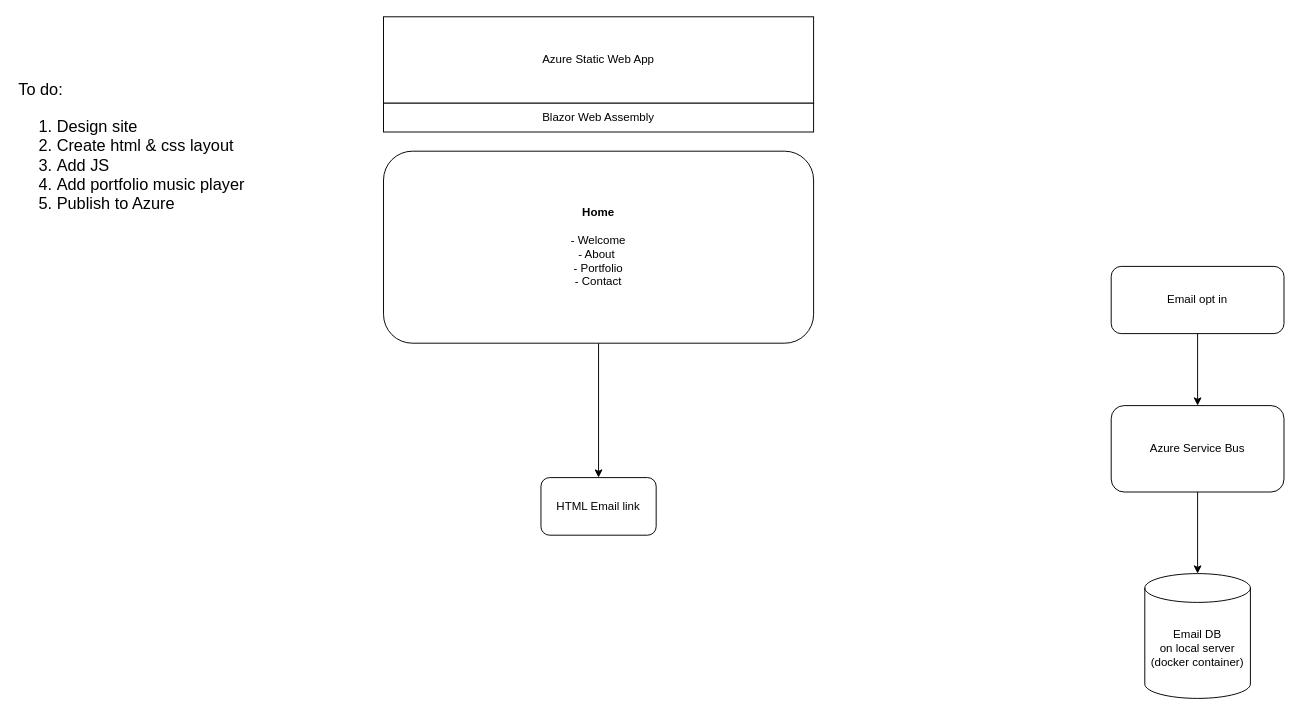
This is Stark Recordings Planning.drawio from levistark/starkrecordings, a draw.io file, before an edit. Source tidied: cells renumbered, new cells numbered last; positions are measured from the earlier drawing's top-left corner, leaving out a move shared by most shapes. Both pictures are drawn from the tidied source at 96%, with x=0, y=0 at pixel (16, 16).
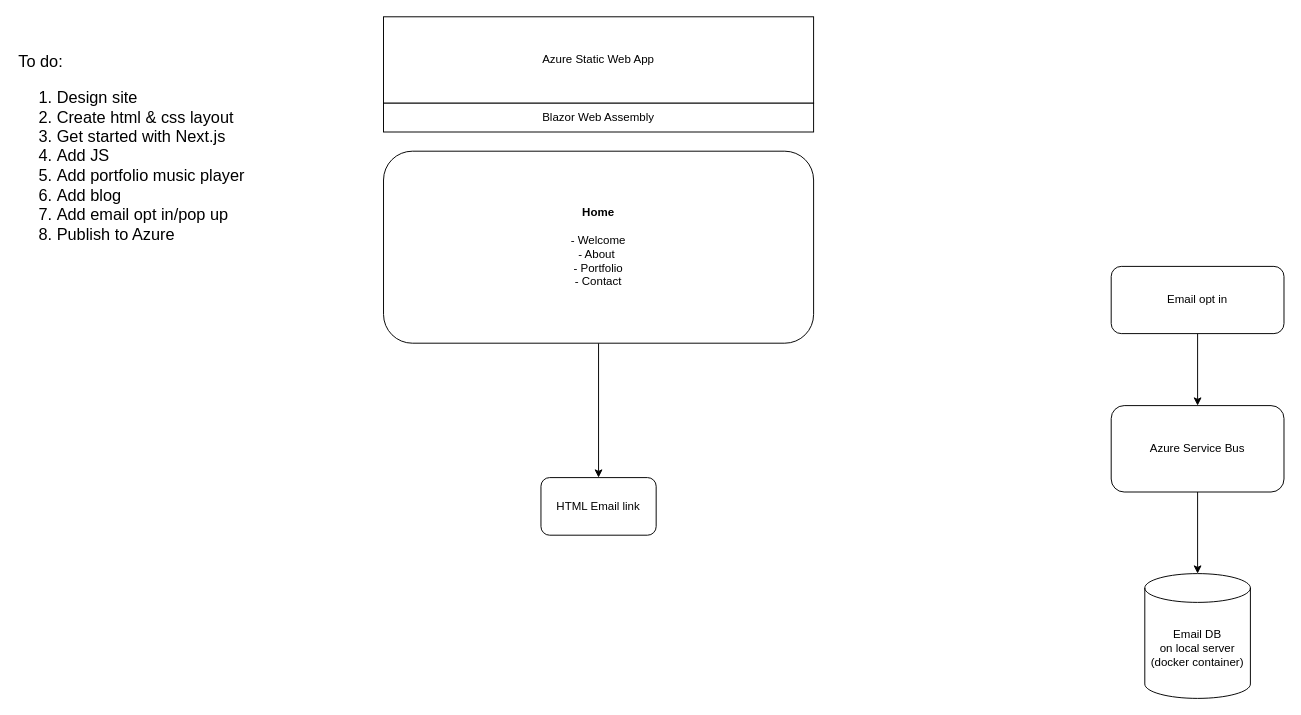
After the change.

What changed in the source:
```diff
@@
 <mxGraphModel>
   <root>
     <mxCell id="0" />
     <mxCell id="1" parent="0" />
     <mxCell id="2" value="Email DB&lt;br&gt;on local server (docker container)" style="shape=cylinder3;whiteSpace=wrap;html=1;boundedLbl=1;backgroundOutline=1;size=15;" parent="1" vertex="1">
       <mxGeometry x="1175" y="580" width="110" height="130" as="geometry" />
     </mxCell>
     <mxCell id="3" value="Azure Static Web App" style="rounded=0;whiteSpace=wrap;html=1;" parent="1" vertex="1">
       <mxGeometry x="382" width="448" height="90" as="geometry" />
     </mxCell>
     <mxCell id="4" style="edgeStyle=orthogonalEdgeStyle;rounded=0;jettySize=auto;html=1;" parent="1" edge="1" source="5" target="2">
       <mxGeometry relative="1" as="geometry" />
     </mxCell>
     <mxCell id="5" value="Azure Service Bus" style="rounded=1;whiteSpace=wrap;html=1;" parent="1" vertex="1">
       <mxGeometry x="1140" y="405" width="180" height="90" as="geometry" />
     </mxCell>
     <mxCell id="6" style="edgeStyle=orthogonalEdgeStyle;rounded=0;jettySize=auto;html=1;exitX=0.5;exitY=1;exitDx=0;exitDy=0;" parent="1" edge="1" source="10" target="5">
       <mxGeometry relative="1" as="geometry" />
     </mxCell>
     <mxCell id="7" value="Blazor Web Assembly" style="rounded=0;whiteSpace=wrap;html=1;" parent="1" vertex="1">
       <mxGeometry x="382" y="90" width="448" height="30" as="geometry" />
     </mxCell>
     <mxCell id="8" style="edgeStyle=orthogonalEdgeStyle;rounded=0;jettySize=auto;html=1;" parent="1" edge="1" source="9" target="11">
       <mxGeometry relative="1" as="geometry" />
     </mxCell>
     <mxCell id="9" value="&lt;b&gt;Home&lt;br&gt;&lt;/b&gt;&lt;span style=&quot;background-color: initial;&quot;&gt;&lt;br&gt;- Welcome&lt;br&gt;&lt;/span&gt;- About&lt;span style=&quot;background-color: initial;&quot;&gt;&amp;nbsp;&lt;br&gt;- Portfolio&lt;br&gt;&lt;/span&gt;- Contact" style="rounded=1;whiteSpace=wrap;html=1;align=center;" parent="1" vertex="1">
       <mxGeometry x="382" y="140" width="448" height="200" as="geometry" />
     </mxCell>
     <mxCell id="10" value="Email opt in" style="rounded=1;whiteSpace=wrap;html=1;" parent="1" vertex="1">
       <mxGeometry x="1140" y="260" width="180" height="70" as="geometry" />
     </mxCell>
     <mxCell id="11" value="HTML Email link" style="whiteSpace=wrap;html=1;rounded=1;" parent="1" vertex="1">
       <mxGeometry x="546" y="480" width="120" height="60" as="geometry" />
     </mxCell>
-    <mxCell id="12" value="&lt;font style=&quot;font-size: 17px;&quot;&gt;To do:&lt;br&gt;&lt;/font&gt;&lt;ol style=&quot;font-size: 17px;&quot;&gt;&lt;li style=&quot;&quot;&gt;&lt;font style=&quot;font-size: 17px;&quot;&gt;Design site&lt;/font&gt;&lt;/li&gt;&lt;li style=&quot;&quot;&gt;&lt;font style=&quot;font-size: 17px;&quot;&gt;Create html &amp;amp; css layout&lt;/font&gt;&lt;/li&gt;&lt;li style=&quot;&quot;&gt;&lt;font style=&quot;font-size: 17px;&quot;&gt;Add JS&lt;/font&gt;&lt;/li&gt;&lt;li style=&quot;&quot;&gt;&lt;font style=&quot;font-size: 17px;&quot;&gt;Add portfolio music player&lt;/font&gt;&lt;/li&gt;&lt;li style=&quot;&quot;&gt;&lt;font style=&quot;font-size: 17px;&quot;&gt;Publish to Azure&lt;/font&gt;&lt;/li&gt;&lt;/ol&gt;" style="text;html=1;align=left;verticalAlign=middle;strokeColor=none;fillColor=none;" parent="1" vertex="1">
-      <mxGeometry y="60" width="260" height="170" as="geometry" />
+    <mxCell id="12" value="&lt;font style=&quot;font-size: 17px;&quot;&gt;To do:&lt;br&gt;&lt;/font&gt;&lt;ol style=&quot;font-size: 17px;&quot;&gt;&lt;li style=&quot;&quot;&gt;&lt;font style=&quot;font-size: 17px;&quot;&gt;Design site&lt;/font&gt;&lt;/li&gt;&lt;li style=&quot;&quot;&gt;&lt;font style=&quot;font-size: 17px;&quot;&gt;Create html &amp;amp; css layout&lt;/font&gt;&lt;/li&gt;&lt;li style=&quot;&quot;&gt;&lt;font style=&quot;font-size: 17px;&quot;&gt;Get started with Next.js&lt;/font&gt;&lt;/li&gt;&lt;li style=&quot;&quot;&gt;&lt;font style=&quot;font-size: 17px;&quot;&gt;Add JS&lt;/font&gt;&lt;/li&gt;&lt;li style=&quot;&quot;&gt;&lt;font style=&quot;font-size: 17px;&quot;&gt;Add portfolio music player&lt;/font&gt;&lt;/li&gt;&lt;li style=&quot;&quot;&gt;&lt;font style=&quot;font-size: 17px;&quot;&gt;Add blog&lt;/font&gt;&lt;/li&gt;&lt;li style=&quot;&quot;&gt;&lt;font style=&quot;font-size: 17px;&quot;&gt;Add email opt in/pop up&lt;/font&gt;&lt;/li&gt;&lt;li style=&quot;&quot;&gt;&lt;font style=&quot;font-size: 17px;&quot;&gt;Publish to Azure&lt;/font&gt;&lt;/li&gt;&lt;/ol&gt;" style="text;html=1;align=left;verticalAlign=middle;strokeColor=none;fillColor=none;" parent="1" vertex="1">
+      <mxGeometry y="31" width="260" height="230" as="geometry" />
     </mxCell>
   </root>
 </mxGraphModel>
```
